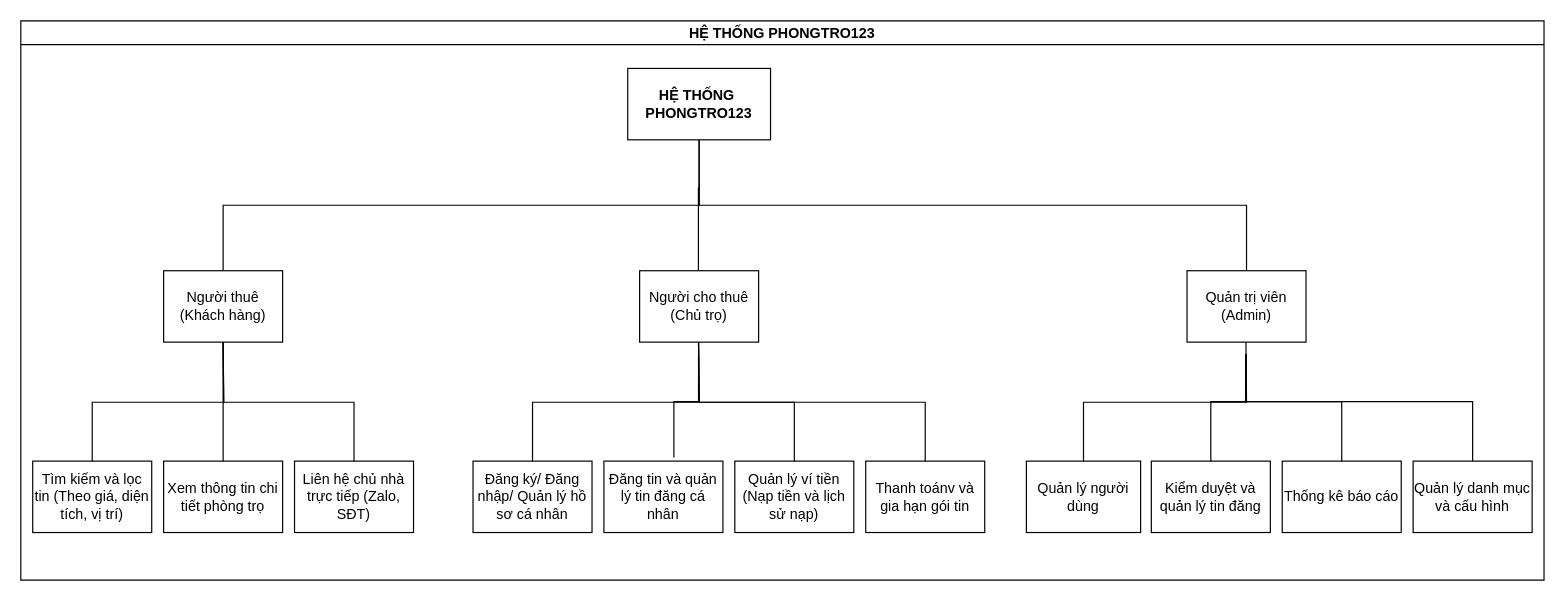
The draw.io diagram page "Biểu đồ BFD" (4 of 7) of ERD/RentalRoom.drawio in xuanbachZGDX/TroTLU1988, before the edit. Source tidied: cells renumbered, new cells numbered last; positions are measured from the earlier drawing's top-left corner, leaving out a move shared by most shapes. Both pictures are drawn from the tidied source at 119%, with x=0, y=0 at pixel (20, 20).
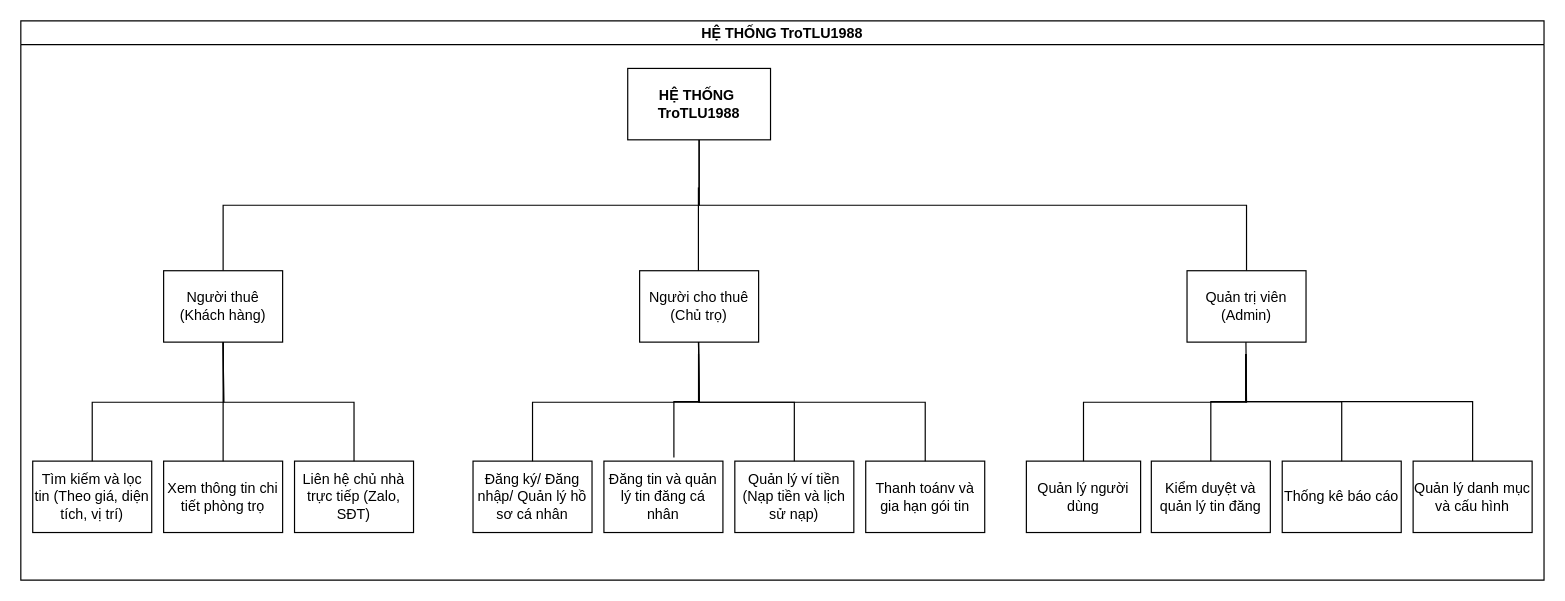
The same page after the edit.

Change to the diagram source:
```diff
@@
-    <mxCell id="2" value="HỆ THỐNG PHONGTRO123" style="swimlane;startSize=20;horizontal=1;containerType=tree;newEdgeStyle={&quot;edgeStyle&quot;:&quot;elbowEdgeStyle&quot;,&quot;startArrow&quot;:&quot;none&quot;,&quot;endArrow&quot;:&quot;none&quot;};" parent="1" vertex="1">
+    <mxCell id="2" value="HỆ THỐNG TroTLU1988" style="swimlane;startSize=20;horizontal=1;containerType=tree;newEdgeStyle={&quot;edgeStyle&quot;:&quot;elbowEdgeStyle&quot;,&quot;startArrow&quot;:&quot;none&quot;,&quot;endArrow&quot;:&quot;none&quot;};" parent="1" vertex="1">
       <mxGeometry width="1280" height="470" as="geometry" />
     </mxCell>
@@
-    <mxCell id="5" value="&lt;span style=&quot;text-wrap-mode: nowrap;&quot;&gt;&lt;b&gt;HỆ THỐNG&amp;nbsp;&lt;/b&gt;&lt;/span&gt;&lt;div&gt;&lt;span style=&quot;text-wrap-mode: nowrap;&quot;&gt;&lt;b&gt;PHONGTRO123&lt;/b&gt;&lt;/span&gt;&lt;/div&gt;" style="whiteSpace=wrap;html=1;align=center;newEdgeStyle={&quot;edgeStyle&quot;:&quot;elbowEdgeStyle&quot;,&quot;startArrow&quot;:&quot;none&quot;,&quot;endArrow&quot;:&quot;none&quot;};" parent="2" vertex="1">
+    <mxCell id="5" value="&lt;span style=&quot;text-wrap-mode: nowrap;&quot;&gt;&lt;b&gt;HỆ THỐNG&amp;nbsp;&lt;/b&gt;&lt;/span&gt;&lt;div&gt;&lt;span style=&quot;text-wrap-mode: nowrap;&quot;&gt;&lt;b&gt;TroTLU1988&lt;/b&gt;&lt;/span&gt;&lt;/div&gt;" style="whiteSpace=wrap;html=1;align=center;newEdgeStyle={&quot;edgeStyle&quot;:&quot;elbowEdgeStyle&quot;,&quot;startArrow&quot;:&quot;none&quot;,&quot;endArrow&quot;:&quot;none&quot;};" parent="2" vertex="1">
       <mxGeometry x="510" y="40" width="120" height="60" as="geometry" />
     </mxCell>
```
